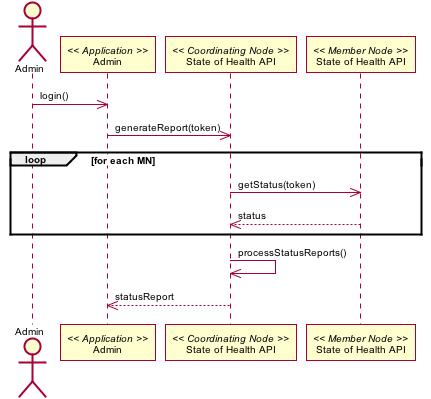
Before: source/UseCases/images/10_interaction.png, a diagram exported from PlantUML (datadavev/DataONE_architecture).
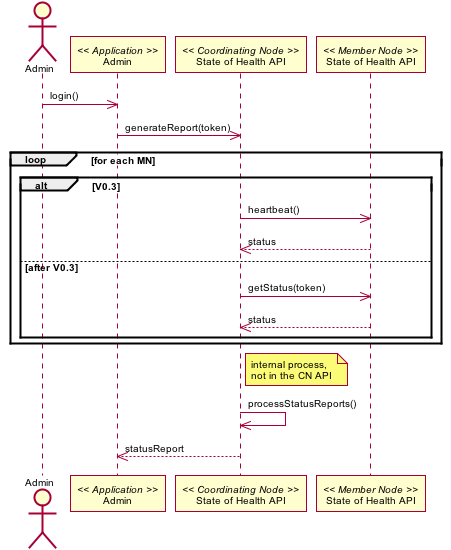
After the commit.

The edit, as a diff of the source:
```diff
@@ -1,4 +1,61 @@
 @startuml images/10_interaction.png
+skinparam activityFontColor black
+skinparam activityFontSize 10
+skinparam activityFontName arial
+skinparam activityArrowFontColor black
+skinparam activityArrowFontSize 10
+skinparam activityArrowFontName arial
+skinparam classArrowFontColor black
+skinparam classArrowFontSize 10
+skinparam classArrowFontName arial
+skinparam classAttributeFontColor black
+skinparam classAttributeFontSize 10
+skinparam classAttributeFontName arial
+skinparam classFontColor black
+skinparam classFontSize 10
+skinparam classFontName arial
+skinparam componentFontColor black
+skinparam componentFontSize 10
+skinparam componentFontName arial
+skinparam componentArrowFontColor black
+skinparam componentArrowFontSize 10
+skinparam componentArrowFontName arial
+skinparam noteFontColor black
+skinparam noteFontSize 10
+skinparam noteFontName arial
+skinparam packageFontColor black
+skinparam packageFontSize 10
+skinparam packageFontName arial
+skinparam sequenceActorFontColor black
+skinparam sequenceActorFontSize 10
+skinparam sequenceActorFontName arial
+skinparam sequenceArrowFontColor black
+skinparam sequenceArrowFontSize 10
+skinparam sequenceArrowFontName arial
+skinparam sequenceGroupingFontColor black
+skinparam sequenceGroupingFontSize 10
+skinparam sequenceGroupingFontName arial
+skinparam sequenceGroupingHeaderFontColor black
+skinparam sequenceGroupingHeaderFontSize 10
+skinparam sequenceGroupingHeaderFontName arial
+skinparam sequenceParticipantFontColor black
+skinparam sequenceParticipantFontSize 10
+skinparam sequenceParticipantFontName arial
+skinparam sequenceTitleFontColor black
+skinparam sequenceTitleFontSize 10
+skinparam sequenceTitleFontName arial
+skinparam titleFontColor black
+skinparam titleFontSize 10
+skinparam titleFontName arial
+skinparam usecaseFontColor black
+skinparam usecaseFontSize 10
+skinparam usecaseFontName arial
+skinparam usecaseActorFontColor black
+skinparam usecaseActorFontSize 10
+skinparam usecaseActorFontName arial
+skinparam usecaseArrowFontColor black
+skinparam usecaseArrowFontSize 10
+skinparam usecaseArrowFontName arial
 skinparam activityFontColor black
 skinparam activityFontSize 10
 skinparam activityFontName arial
@@ -63,9 +120,18 @@
 participant "State of Health API" as m_health << Member Node >>
 app_admin -> c_health: generateReport(token)
 loop for each MN
+alt V0.3
+c_health -> m_health: heartbeat()
+m_health --> c_health: status
+else after V0.3
 c_health -> m_health: getStatus(token)
 m_health --> c_health: status
 end
+end
+note right of c_health
+internal process,
+not in the CN API
+end note
 c_health -> c_health: processStatusReports()
 c_health --> app_admin: statusReport
 @enduml
```
